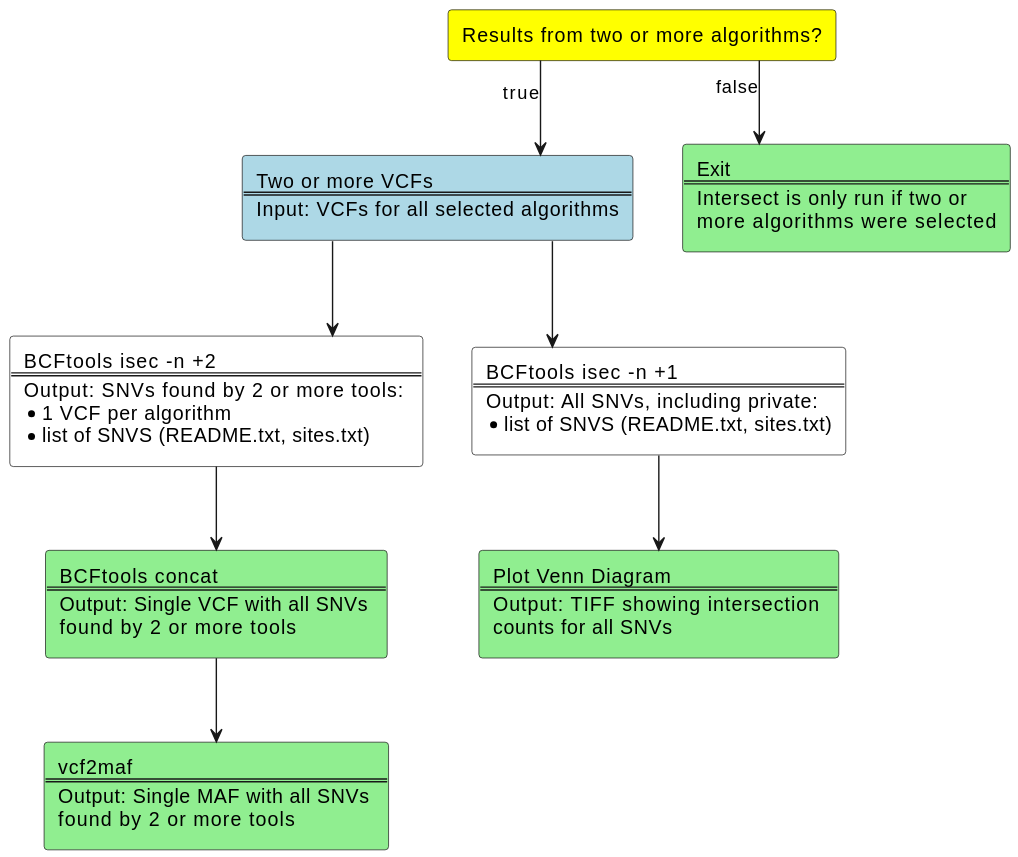
uclahs-cds/pipeline-call-sSNV keeps this PlantUML diagram as docs/intersect_chart.svg. Above is the earlier version.
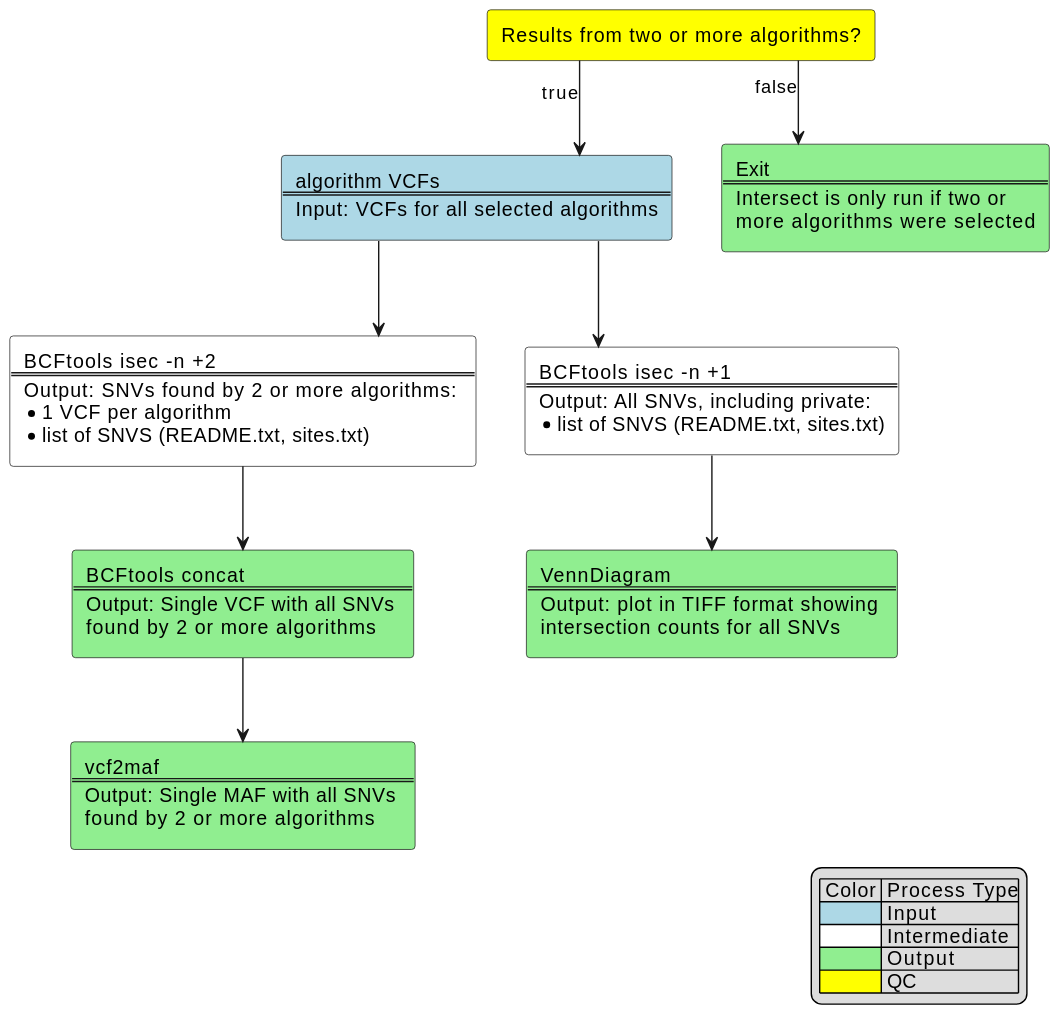
Later version of the same file.

Diff of the diagram source:
```diff
@@ -11,24 +11,24 @@
 skinparam linetype ortho
 
 $test_process(num_algos, '', 'Results from two or more algorithms?')
-$input_process(input_vcfs, 'Two or more VCFs', 'Input: VCFs for all selected algorithms')
+$input_process(input_vcfs, 'algorithm VCFs', 'Input: VCFs for all selected algorithms')
 $output_process(done, 'Exit', 'Intersect is only run if two or %newline()more algorithms were selected')
 
-$intermediate_process(intersect_vcfs_2, "BCFtools isec -n +2", "Output: SNVs found by 2 or more tools: %newline()* 1 VCF per algorithm %newline() * list of SNVS (README.txt, sites.txt)")
+$intermediate_process(intersect_vcfs_2, "BCFtools isec -n +2", "Output: SNVs found by 2 or more algorithms: %newline()* 1 VCF per algorithm %newline() * list of SNVS (README.txt, sites.txt)")
 $intermediate_process(intersect_vcfs_1, "BCFtools isec -n +1", "Output: All SNVs, including private: %newline() * list of SNVS (README.txt, sites.txt)")
 
-$output_process(plot_venn, 'Plot Venn Diagram', 'Output: TIFF showing intersection %newline()counts for all SNVs')
-$output_process(concat_vcfs, 'BCFtools concat', 'Output: Single VCF with all SNVs %newline()found by 2 or more tools')
-$output_process(vcf2maf, 'vcf2maf', 'Output: Single MAF with all SNVs %newline()found by 2 or more tools')
-
+$output_process(plot_venn, 'VennDiagram', 'Output: plot in TIFF format showing %newline()intersection counts for all SNVs')
+$output_process(concat_vcfs, 'BCFtools concat', 'Output: Single VCF with all SNVs %newline()found by 2 or more algorithms')
+$output_process(vcf2maf, 'vcf2maf', 'Output: Single MAF with all SNVs %newline()found by 2 or more algorithms')
 
 num_algos -d-> input_vcfs: true
 num_algos -d-> done: false
 input_vcfs -d-> intersect_vcfs_2
 input_vcfs -d-> intersect_vcfs_1
 intersect_vcfs_1 -d-> plot_venn
-
 intersect_vcfs_2 -d-> concat_vcfs
 concat_vcfs -d-> vcf2maf
 
+$add_legend("right")
+
 @enduml
```
